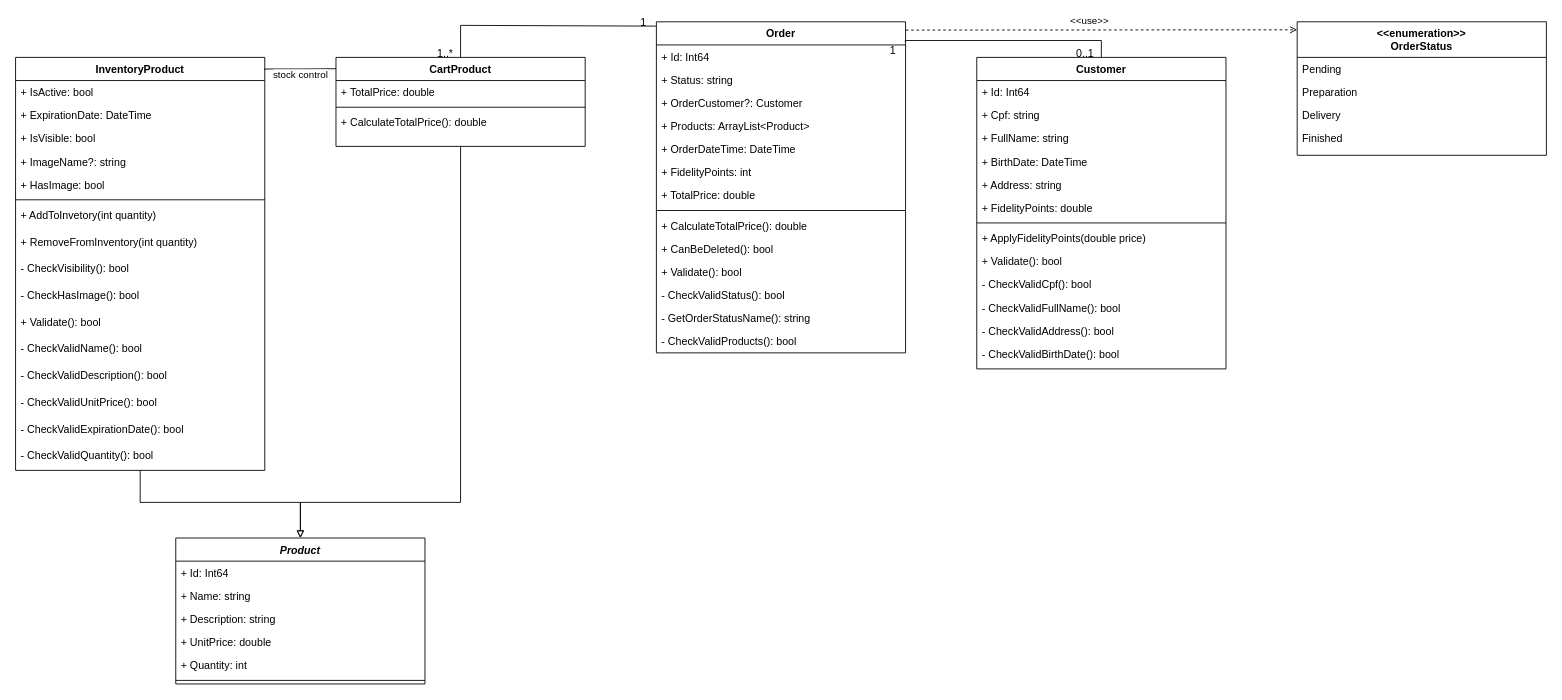
lauterjung/troptech keeps this draw.io diagram as Projeto_Final/TropPizza/documentation/diagrams/class_diagram.drawio. Above is the earlier version. Source tidied: cells renumbered, new cells numbered last; positions are measured from the earlier drawing's top-left corner, leaving out a move shared by most shapes. Both pictures are drawn from the tidied source at 89%, with x=0, y=0 at pixel (15, 21).
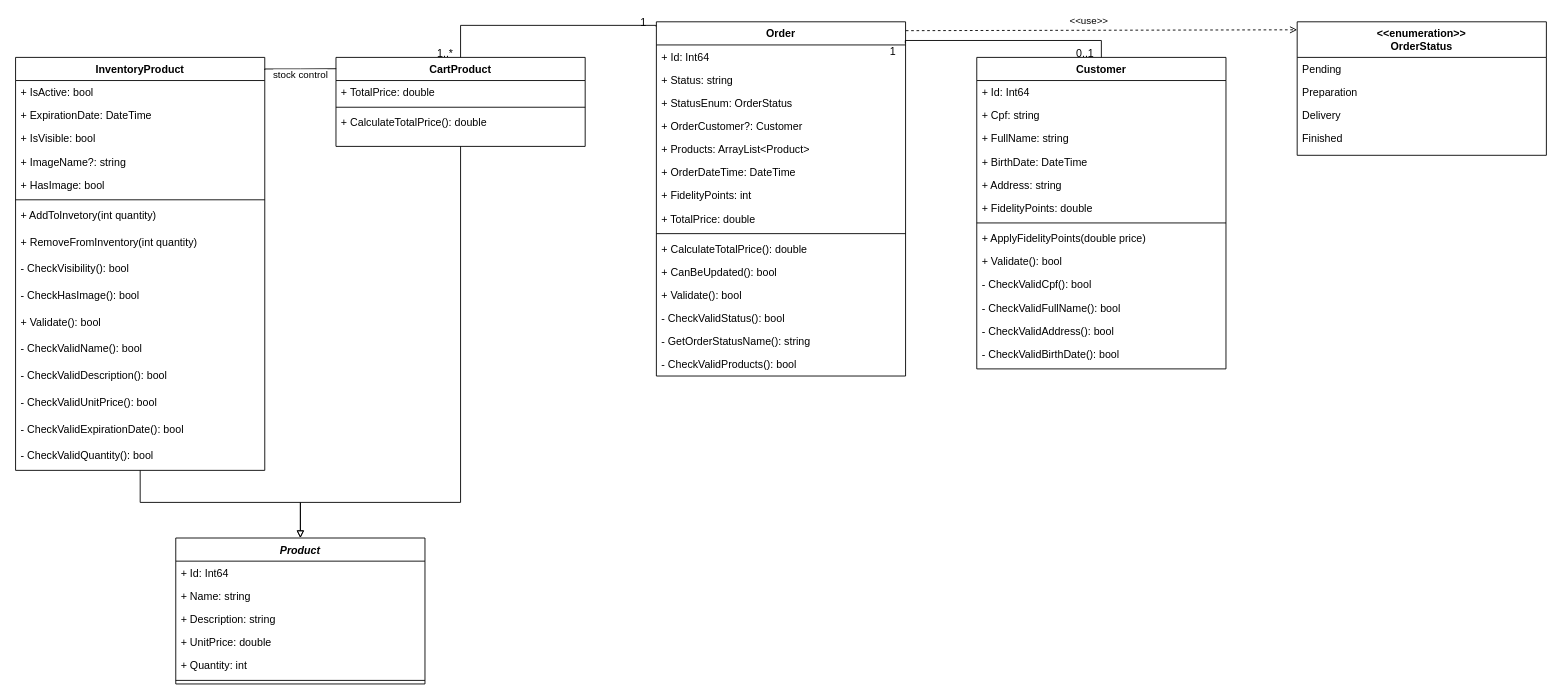
After the change.

The edit, as a diff of the source:
```diff
@@
     <mxCell id="6" value="Order" style="swimlane;fontStyle=1;align=center;verticalAlign=top;horizontal=1;startSize=26;rounded=0;shadow=0;strokeWidth=1;" parent="1" vertex="1">
-      <mxGeometry x="720" width="280" height="372" as="geometry" />
+      <mxGeometry x="720" width="280" height="398" as="geometry" />
     </mxCell>
@@
+    <mxCell id="74" value="+ StatusEnum: OrderStatus" style="text;align=left;verticalAlign=top;spacingLeft=4;spacingRight=4;overflow=hidden;" parent="6" vertex="1">
+      <mxGeometry y="78" width="280" height="26" as="geometry" />
+    </mxCell>
     <mxCell id="9" value="+ OrderCustomer?: Customer" style="text;align=left;verticalAlign=top;spacingLeft=4;spacingRight=4;overflow=hidden;rounded=0;shadow=0;html=0;" parent="6" vertex="1">
-      <mxGeometry y="78" width="280" height="26" as="geometry" />
+      <mxGeometry y="104" width="280" height="26" as="geometry" />
     </mxCell>
     <mxCell id="10" value="+ Products: ArrayList&lt;Product&gt;" style="text;align=left;verticalAlign=top;spacingLeft=4;spacingRight=4;overflow=hidden;rounded=0;shadow=0;html=0;" parent="6" vertex="1">
-      <mxGeometry y="104" width="280" height="26" as="geometry" />
+      <mxGeometry y="130" width="280" height="26" as="geometry" />
     </mxCell>
     <mxCell id="11" value="+ OrderDateTime: DateTime" style="text;align=left;verticalAlign=top;spacingLeft=4;spacingRight=4;overflow=hidden;rounded=0;shadow=0;html=0;" parent="6" vertex="1">
-      <mxGeometry y="130" width="280" height="26" as="geometry" />
+      <mxGeometry y="156" width="280" height="26" as="geometry" />
     </mxCell>
     <mxCell id="12" value="+ FidelityPoints: int" style="text;align=left;verticalAlign=top;spacingLeft=4;spacingRight=4;overflow=hidden;rounded=0;shadow=0;html=0;" parent="6" vertex="1">
-      <mxGeometry y="156" width="280" height="26" as="geometry" />
+      <mxGeometry y="182" width="280" height="26" as="geometry" />
     </mxCell>
     <mxCell id="13" value="+ TotalPrice: double" style="text;align=left;verticalAlign=top;spacingLeft=4;spacingRight=4;overflow=hidden;rounded=0;shadow=0;html=0;" parent="6" vertex="1">
-      <mxGeometry y="182" width="280" height="26" as="geometry" />
+      <mxGeometry y="208" width="280" height="26" as="geometry" />
     </mxCell>
     <mxCell id="14" style="line;html=1;strokeWidth=1;align=left;verticalAlign=middle;spacingTop=-1;spacingLeft=3;spacingRight=3;labelPosition=right;" parent="6" vertex="1">
-      <mxGeometry y="208" width="280" height="8" as="geometry" />
+      <mxGeometry y="234" width="280" height="8" as="geometry" />
     </mxCell>
     <mxCell id="15" value="+ CalculateTotalPrice(): double" style="text;align=left;verticalAlign=top;spacingLeft=4;spacingRight=4;overflow=hidden;" parent="6" vertex="1">
-      <mxGeometry y="216" width="280" height="26" as="geometry" />
+      <mxGeometry y="242" width="280" height="26" as="geometry" />
     </mxCell>
-    <mxCell id="16" value="+ CanBeDeleted(): bool" style="text;align=left;verticalAlign=top;spacingLeft=4;spacingRight=4;overflow=hidden;" parent="6" vertex="1">
-      <mxGeometry y="242" width="280" height="26" as="geometry" />
+    <mxCell id="16" value="+ CanBeUpdated(): bool" style="text;align=left;verticalAlign=top;spacingLeft=4;spacingRight=4;overflow=hidden;" parent="6" vertex="1">
+      <mxGeometry y="268" width="280" height="26" as="geometry" />
     </mxCell>
     <mxCell id="17" value="+ Validate(): bool" style="text;align=left;verticalAlign=top;spacingLeft=4;spacingRight=4;overflow=hidden;" parent="6" vertex="1">
-      <mxGeometry y="268" width="280" height="26" as="geometry" />
+      <mxGeometry y="294" width="280" height="26" as="geometry" />
     </mxCell>
     <mxCell id="18" value="- CheckValidStatus(): bool" style="text;align=left;verticalAlign=top;spacingLeft=4;spacingRight=4;overflow=hidden;" parent="6" vertex="1">
-      <mxGeometry y="294" width="280" height="26" as="geometry" />
+      <mxGeometry y="320" width="280" height="26" as="geometry" />
     </mxCell>
     <mxCell id="19" value="- GetOrderStatusName(): string" style="text;align=left;verticalAlign=top;spacingLeft=4;spacingRight=4;overflow=hidden;" parent="6" vertex="1">
-      <mxGeometry y="320" width="280" height="26" as="geometry" />
+      <mxGeometry y="346" width="280" height="26" as="geometry" />
     </mxCell>
     <mxCell id="20" value="- CheckValidProducts(): bool" style="text;align=left;verticalAlign=top;spacingLeft=4;spacingRight=4;overflow=hidden;" parent="6" vertex="1">
-      <mxGeometry y="346" width="280" height="26" as="geometry" />
+      <mxGeometry y="372" width="280" height="26" as="geometry" />
     </mxCell>
```
